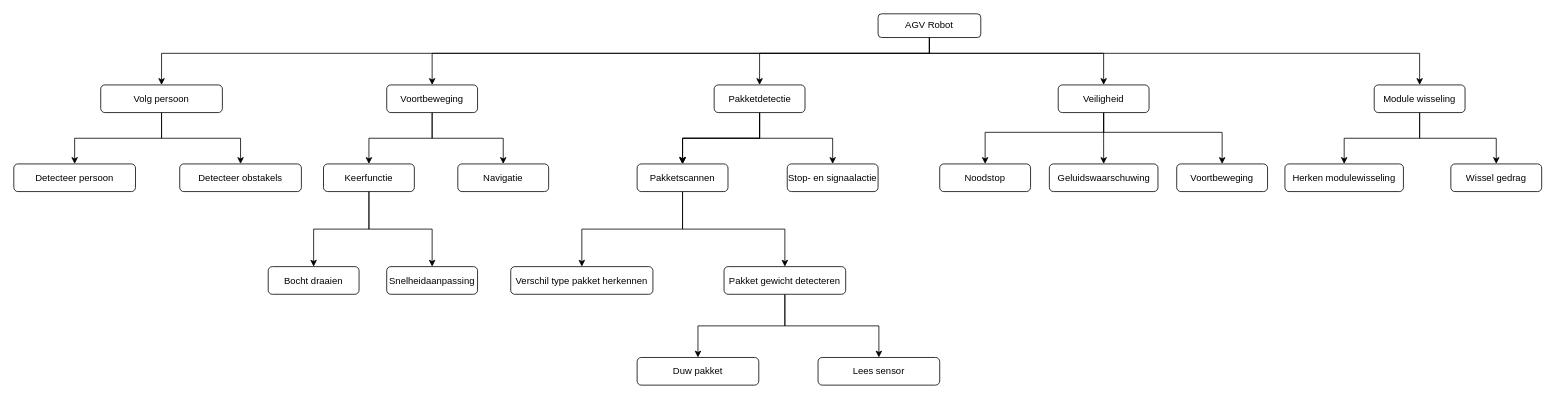
This is Project AGV/Functie-Analyse.drawio from Yamairo/Mechatronica-2024, a draw.io file, before an edit. Source tidied: cells renumbered, new cells numbered last; positions are measured from the earlier drawing's top-left corner, leaving out a move shared by most shapes. Both pictures are drawn from the tidied source at 79%, with x=0, y=0 at pixel (13, 13).
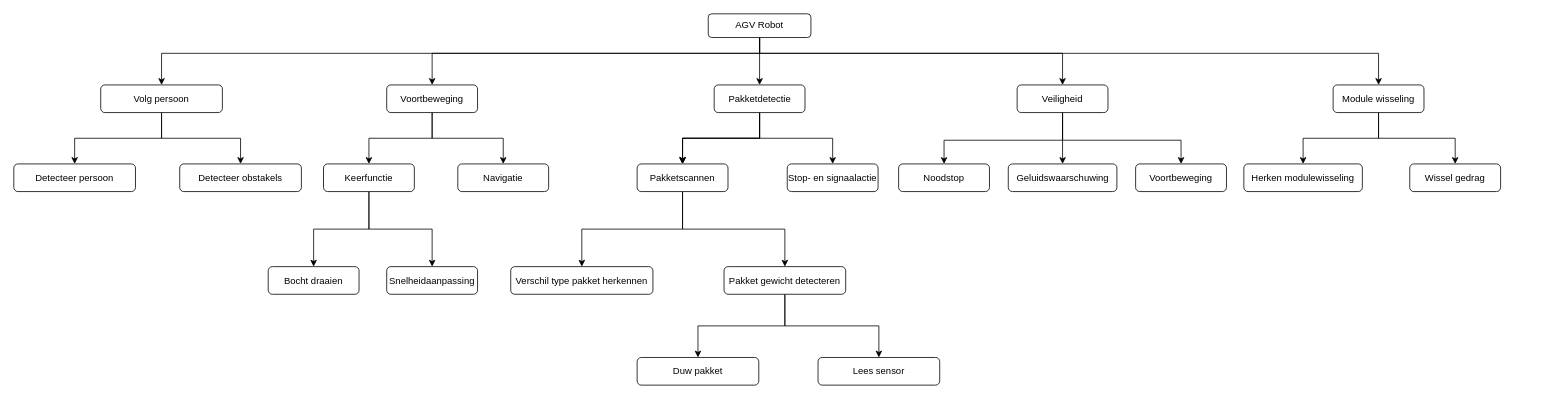
The same page after the edit.

The change refers to these unchanged cells:
```xml
<mxCell id="12" value="Pakketdetectie" style="whiteSpace=wrap;html=1;rounded=1;" parent="1" vertex="1">
  <mxGeometry x="886.5" y="90" width="115" height="35" as="geometry" />
</mxCell>
<mxCell id="15" value="Voortbeweging" style="whiteSpace=wrap;html=1;rounded=1;" parent="1" vertex="1">
  <mxGeometry x="472" y="90" width="115" height="35" as="geometry" />
</mxCell>
<mxCell id="46" value="Volg persoon" style="whiteSpace=wrap;html=1;rounded=1;" parent="1" vertex="1">
  <mxGeometry x="110" y="90" width="154" height="35" as="geometry" />
</mxCell>
```

The edit, as a diff of the source:
```diff
@@
+    <mxCell id="6" style="edgeStyle=orthogonalEdgeStyle;rounded=0;jettySize=auto;html=1;entryX=0.5;entryY=0;entryDx=0;entryDy=0;" parent="1" edge="1" source="7" target="46">
+      <mxGeometry relative="1" as="geometry">
+        <Array as="points">
+          <mxPoint x="944" y="50" />
+          <mxPoint x="187" y="50" />
+        </Array>
+      </mxGeometry>
+    </mxCell>
     <mxCell id="2" style="edgeStyle=orthogonalEdgeStyle;rounded=0;jettySize=auto;html=1;entryX=0.5;entryY=0;entryDx=0;entryDy=0;" parent="1" edge="1" source="7" target="15">
       <mxGeometry relative="1" as="geometry">
         <Array as="points">
-          <mxPoint x="1159" y="50" />
+          <mxPoint x="944" y="50" />
           <mxPoint x="530" y="50" />
         </Array>
       </mxGeometry>
     </mxCell>
     <mxCell id="3" style="edgeStyle=orthogonalEdgeStyle;rounded=0;jettySize=auto;html=1;entryX=0.5;entryY=0;entryDx=0;entryDy=0;" parent="1" edge="1" source="7" target="12">
-      <mxGeometry relative="1" as="geometry">
-        <Array as="points">
-          <mxPoint x="1159" y="50" />
-          <mxPoint x="944" y="50" />
-        </Array>
-      </mxGeometry>
+      <mxGeometry relative="1" as="geometry" />
     </mxCell>
     <mxCell id="4" style="edgeStyle=orthogonalEdgeStyle;rounded=0;jettySize=auto;html=1;entryX=0.5;entryY=0;entryDx=0;entryDy=0;" parent="1" edge="1" source="7" target="19">
       <mxGeometry relative="1" as="geometry">
         <Array as="points">
-          <mxPoint x="1159" y="50" />
-          <mxPoint x="1380" y="50" />
+          <mxPoint x="944" y="50" />
+          <mxPoint x="1328" y="50" />
         </Array>
       </mxGeometry>
     </mxCell>
     <mxCell id="5" style="edgeStyle=orthogonalEdgeStyle;rounded=0;jettySize=auto;html=1;entryX=0.5;entryY=0;entryDx=0;entryDy=0;" parent="1" edge="1" source="7" target="39">
       <mxGeometry relative="1" as="geometry">
         <Array as="points">
-          <mxPoint x="1159" y="50" />
-          <mxPoint x="1780" y="50" />
+          <mxPoint x="944" y="50" />
+          <mxPoint x="1728" y="50" />
         </Array>
       </mxGeometry>
     </mxCell>
-    <mxCell id="6" style="edgeStyle=orthogonalEdgeStyle;rounded=0;jettySize=auto;html=1;entryX=0.5;entryY=0;entryDx=0;entryDy=0;" parent="1" edge="1" source="7" target="46">
-      <mxGeometry relative="1" as="geometry">
-        <Array as="points">
-          <mxPoint x="1159" y="50" />
-          <mxPoint x="187" y="50" />
-        </Array>
-      </mxGeometry>
-    </mxCell>
     <mxCell id="7" value="AGV Robot" style="rounded=1;whiteSpace=wrap;html=1;" parent="1" vertex="1">
-      <mxGeometry x="1094" width="130" height="30" as="geometry" />
+      <mxGeometry x="879" width="130" height="30" as="geometry" />
     </mxCell>
@@
-    <mxCell id="16" style="edgeStyle=orthogonalEdgeStyle;rounded=0;jettySize=auto;html=1;entryX=0.5;entryY=0;entryDx=0;entryDy=0;" parent="1" edge="1" source="19" target="30">
-      <mxGeometry relative="1" as="geometry">
-        <Array as="points">
-          <mxPoint x="1380" y="150" />
-          <mxPoint x="1230" y="150" />
-        </Array>
-      </mxGeometry>
-    </mxCell>
@@
     <mxCell id="18" style="edgeStyle=orthogonalEdgeStyle;rounded=0;jettySize=auto;html=1;entryX=0.5;entryY=0;entryDx=0;entryDy=0;" parent="1" edge="1" source="19" target="32">
       <mxGeometry relative="1" as="geometry">
         <Array as="points">
-          <mxPoint x="1380" y="150" />
-          <mxPoint x="1530" y="150" />
+          <mxPoint x="1328" y="160" />
+          <mxPoint x="1478" y="160" />
         </Array>
       </mxGeometry>
     </mxCell>
+    <mxCell id="16" style="edgeStyle=orthogonalEdgeStyle;rounded=0;jettySize=auto;html=1;entryX=0.5;entryY=0;entryDx=0;entryDy=0;" parent="1" edge="1" source="19" target="30">
+      <mxGeometry relative="1" as="geometry">
+        <Array as="points">
+          <mxPoint x="1328" y="160" />
+          <mxPoint x="1178" y="160" />
+        </Array>
+      </mxGeometry>
+    </mxCell>
     <mxCell id="19" value="Veiligheid" style="whiteSpace=wrap;html=1;rounded=1;" parent="1" vertex="1">
-      <mxGeometry x="1322" y="90" width="115" height="35" as="geometry" />
+      <mxGeometry x="1270" y="90" width="115" height="35" as="geometry" />
     </mxCell>
@@
     <mxCell id="30" value="Noodstop" style="whiteSpace=wrap;html=1;rounded=1;" parent="1" vertex="1">
-      <mxGeometry x="1172" y="190" width="115" height="35" as="geometry" />
+      <mxGeometry x="1120" y="190" width="115" height="35" as="geometry" />
     </mxCell>
     <mxCell id="31" value="Geluidswaarschuwing" style="whiteSpace=wrap;html=1;rounded=1;" parent="1" vertex="1">
-      <mxGeometry x="1310.8" y="190" width="137.5" height="35" as="geometry" />
+      <mxGeometry x="1258.8" y="190" width="137.5" height="35" as="geometry" />
     </mxCell>
     <mxCell id="32" value="Voortbeweging" style="whiteSpace=wrap;html=1;rounded=1;" parent="1" vertex="1">
-      <mxGeometry x="1472" y="190" width="115" height="35" as="geometry" />
+      <mxGeometry x="1420" y="190" width="115" height="35" as="geometry" />
     </mxCell>
@@
-    <mxCell id="37" style="edgeStyle=orthogonalEdgeStyle;rounded=0;jettySize=auto;html=1;" parent="1" edge="1" source="39" target="40">
+    <mxCell id="37" style="edgeStyle=orthogonalEdgeStyle;rounded=0;jettySize=auto;html=1;entryX=0.5;entryY=0;entryDx=0;entryDy=0;" parent="1" edge="1" source="39" target="40">
       <mxGeometry relative="1" as="geometry" />
     </mxCell>
@@
     <mxCell id="39" value="Module wisseling" style="whiteSpace=wrap;html=1;rounded=1;" parent="1" vertex="1">
-      <mxGeometry x="1722" y="90" width="115" height="35" as="geometry" />
+      <mxGeometry x="1670" y="90" width="115" height="35" as="geometry" />
     </mxCell>
     <mxCell id="40" value="Herken modulewisseling" style="whiteSpace=wrap;html=1;rounded=1;" parent="1" vertex="1">
-      <mxGeometry x="1609" y="190" width="150" height="35" as="geometry" />
+      <mxGeometry x="1557" y="190" width="150" height="35" as="geometry" />
     </mxCell>
     <mxCell id="41" value="Wissel gedrag" style="whiteSpace=wrap;html=1;rounded=1;" parent="1" vertex="1">
-      <mxGeometry x="1819" y="190" width="115" height="35" as="geometry" />
+      <mxGeometry x="1767" y="190" width="115" height="35" as="geometry" />
     </mxCell>
```
